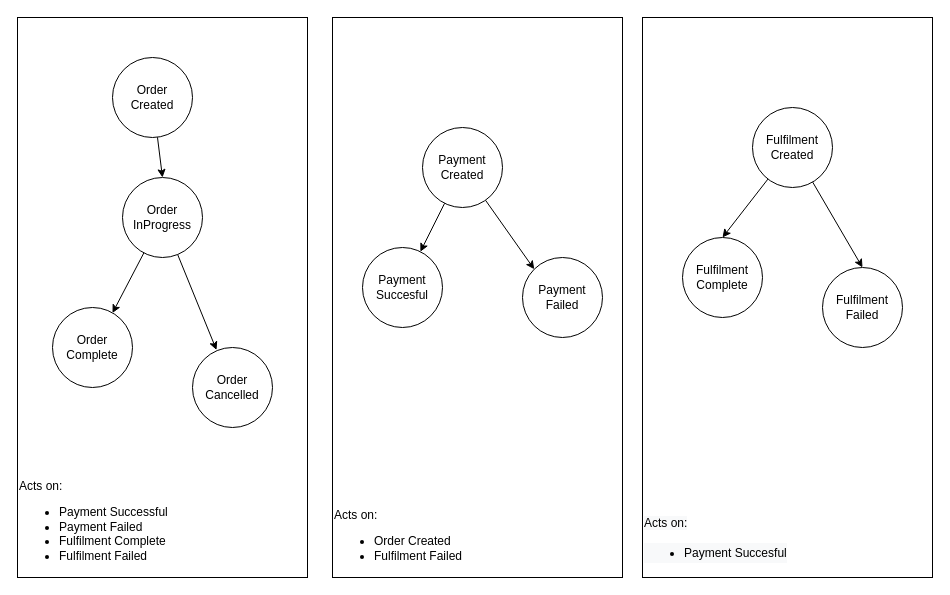
Above: page "events" (2 of 2) of arch.drawio in dnafication/event-driven-coffee (draw.io), before the change. Source tidied: cells renumbered, new cells numbered last; positions are measured from the earlier drawing's top-left corner, leaving out a move shared by most shapes. Both pictures are drawn from the tidied source at 100%, with x=0, y=0 at pixel (17, 17).
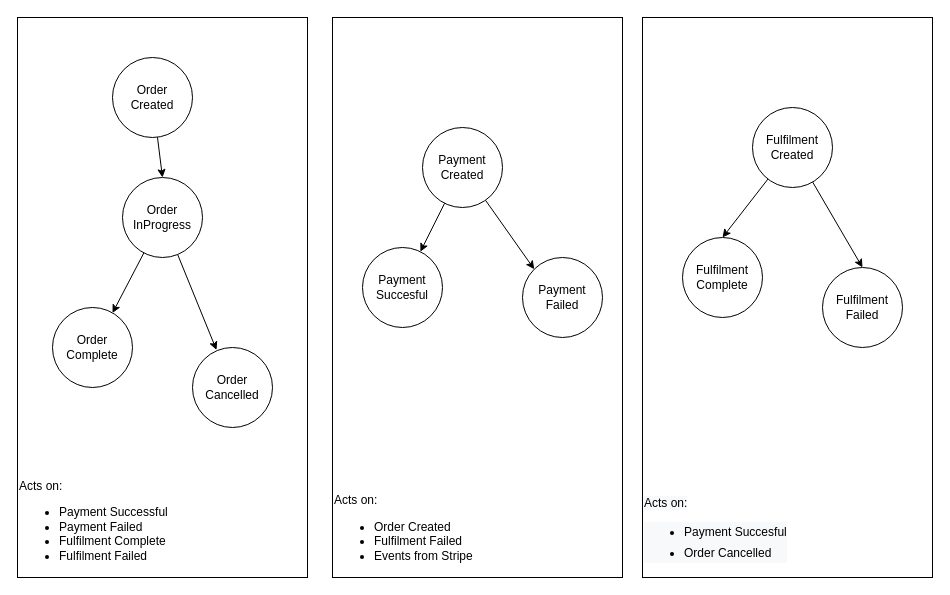
The same page after the edit.

Diff of the diagram source:
```diff
@@
-    <mxCell id="20" value="&lt;span style=&quot;text-align: left&quot;&gt;Acts on:&lt;/span&gt;&lt;br style=&quot;text-align: left&quot;&gt;&lt;ul style=&quot;text-align: left&quot;&gt;&lt;li&gt;Order Created&lt;/li&gt;&lt;li&gt;Fulfilment Failed&lt;/li&gt;&lt;/ul&gt;" style="rounded=0;whiteSpace=wrap;html=1;fillColor=none;align=left;verticalAlign=bottom;" parent="1" vertex="1">
+    <mxCell id="20" value="&lt;span style=&quot;text-align: left&quot;&gt;Acts on:&lt;/span&gt;&lt;br style=&quot;text-align: left&quot;&gt;&lt;ul style=&quot;text-align: left&quot;&gt;&lt;li&gt;Order Created&lt;/li&gt;&lt;li&gt;Fulfilment Failed&lt;/li&gt;&lt;li&gt;Events from Stripe&lt;/li&gt;&lt;/ul&gt;" style="rounded=0;whiteSpace=wrap;html=1;fillColor=none;align=left;verticalAlign=bottom;" parent="1" vertex="1">
       <mxGeometry x="315" width="290" height="560" as="geometry" />
     </mxCell>
-    <mxCell id="21" value="&lt;span style=&quot;color: rgb(0 , 0 , 0) ; font-family: &amp;#34;helvetica&amp;#34; ; font-size: 12px ; font-style: normal ; font-weight: 400 ; letter-spacing: normal ; text-align: left ; text-indent: 0px ; text-transform: none ; word-spacing: 0px ; background-color: rgb(248 , 249 , 250)&quot;&gt;Acts on:&lt;/span&gt;&lt;br style=&quot;color: rgb(0 , 0 , 0) ; font-family: &amp;#34;helvetica&amp;#34; ; font-size: 12px ; font-style: normal ; font-weight: 400 ; letter-spacing: normal ; text-align: left ; text-indent: 0px ; text-transform: none ; word-spacing: 0px ; background-color: rgb(248 , 249 , 250)&quot;&gt;&lt;ul style=&quot;color: rgb(0 , 0 , 0) ; font-family: &amp;#34;helvetica&amp;#34; ; font-size: 12px ; font-style: normal ; font-weight: 400 ; letter-spacing: normal ; text-align: left ; text-indent: 0px ; text-transform: none ; word-spacing: 0px ; background-color: rgb(248 , 249 , 250)&quot;&gt;&lt;li style=&quot;padding: 3px 0px&quot;&gt;Payment Succesful&lt;/li&gt;&lt;/ul&gt;" style="rounded=0;whiteSpace=wrap;html=1;fillColor=none;align=left;verticalAlign=bottom;" parent="1" vertex="1">
+    <mxCell id="21" value="&lt;span style=&quot;color: rgb(0 , 0 , 0) ; font-family: &amp;#34;helvetica&amp;#34; ; font-size: 12px ; font-style: normal ; font-weight: 400 ; letter-spacing: normal ; text-align: left ; text-indent: 0px ; text-transform: none ; word-spacing: 0px ; background-color: rgb(248 , 249 , 250)&quot;&gt;Acts on:&lt;/span&gt;&lt;br style=&quot;color: rgb(0 , 0 , 0) ; font-family: &amp;#34;helvetica&amp;#34; ; font-size: 12px ; font-style: normal ; font-weight: 400 ; letter-spacing: normal ; text-align: left ; text-indent: 0px ; text-transform: none ; word-spacing: 0px ; background-color: rgb(248 , 249 , 250)&quot;&gt;&lt;ul style=&quot;color: rgb(0 , 0 , 0) ; font-family: &amp;#34;helvetica&amp;#34; ; font-size: 12px ; font-style: normal ; font-weight: 400 ; letter-spacing: normal ; text-align: left ; text-indent: 0px ; text-transform: none ; word-spacing: 0px ; background-color: rgb(248 , 249 , 250)&quot;&gt;&lt;li style=&quot;padding: 3px 0px&quot;&gt;Payment Succesful&lt;/li&gt;&lt;li style=&quot;padding: 3px 0px&quot;&gt;Order Cancelled&lt;/li&gt;&lt;/ul&gt;" style="rounded=0;whiteSpace=wrap;html=1;fillColor=none;align=left;verticalAlign=bottom;" parent="1" vertex="1">
       <mxGeometry x="625" width="290" height="560" as="geometry" />
     </mxCell>
```
